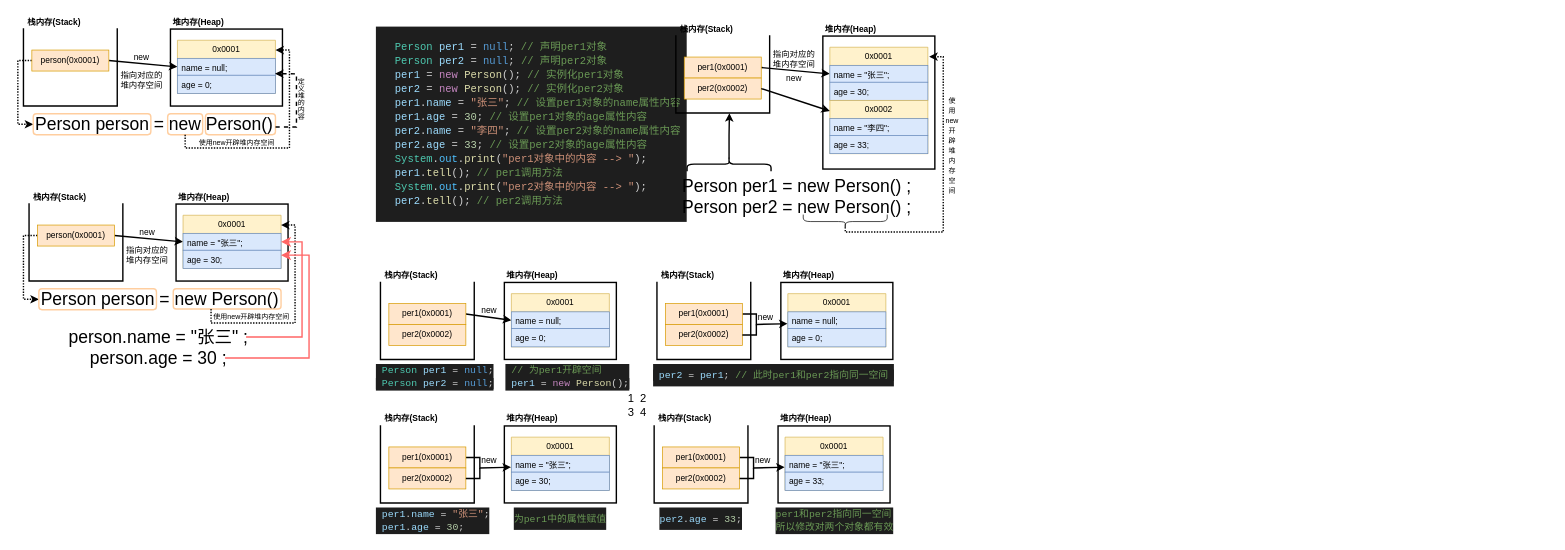
This is java对象内存分析.drawio from qingyunlyp/resource, a draw.io file, before an edit. Source tidied: cells renumbered, new cells numbered last; positions are measured from the earlier drawing's top-left corner, leaving out a move shared by most shapes. Both pictures are drawn from the tidied source at 70%, with x=0, y=0 at pixel (23, 15).
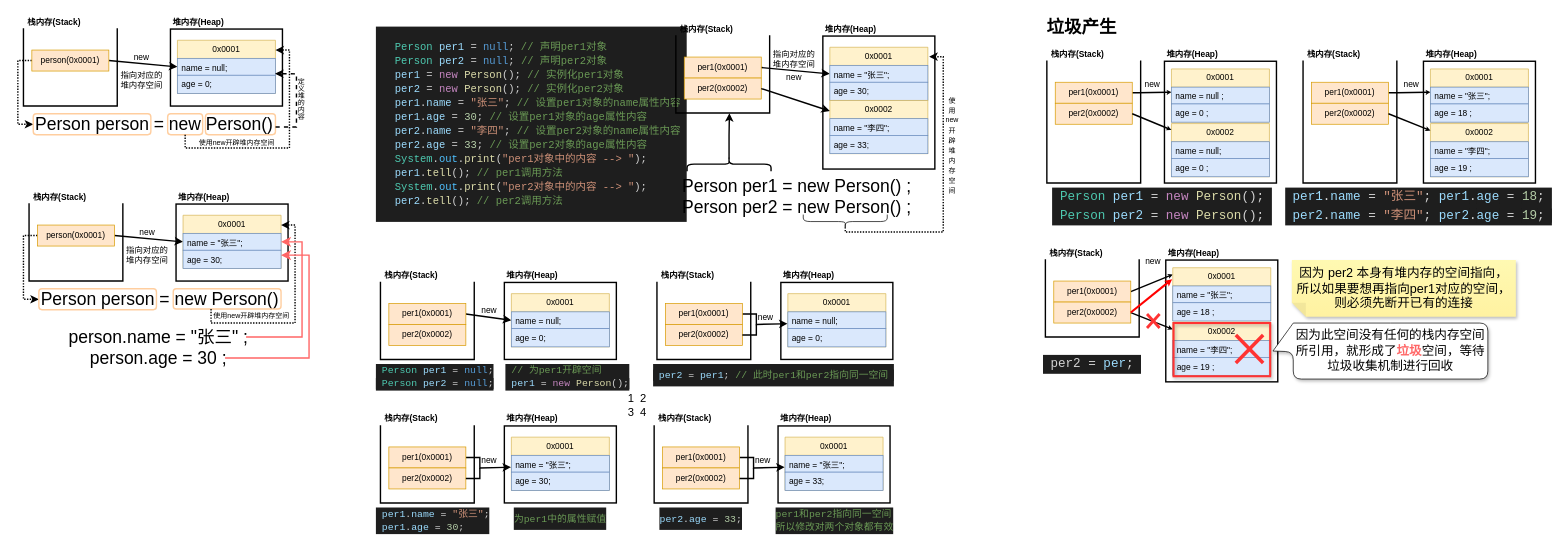
After the change.

Commit message:
更新java对象内存分析-垃圾产生.drawio

The edit, as a diff of the source:
```diff
@@
+    <mxCell id="120" style="shape=partialRectangle;whiteSpace=wrap;html=1;bottom=1;right=1;left=1;top=0;fillColor=none;routingCenterX=-0.5;strokeWidth=2;" parent="1" vertex="1">
+      <mxGeometry x="1462" y="66" width="134" height="174" as="geometry" />
+    </mxCell>
+    <mxCell id="121" value="&lt;p style=&quot;margin:0px;margin-top:4px;text-align:center;&quot;&gt;&lt;br&gt;&lt;/p&gt;" style="verticalAlign=top;align=left;overflow=fill;html=1;whiteSpace=wrap;strokeWidth=2;" parent="1" vertex="1">
+      <mxGeometry x="1630" y="66" width="160" height="174" as="geometry" />
+    </mxCell>
+    <mxCell id="122" style="endArrow=classic;html=1;rounded=0;exitX=1;exitY=0.5;exitDx=0;exitDy=0;strokeWidth=2;entryX=0.002;entryY=0.302;entryDx=0;entryDy=0;entryPerimeter=0;startSize=6;endSize=1;" parent="1" edge="1" source="124" target="127">
+      <mxGeometry relative="1" as="geometry">
+        <Array as="points">
+          <mxPoint x="1592" y="111" />
+        </Array>
+      </mxGeometry>
+    </mxCell>
+    <mxCell id="123" value="&lt;b&gt;栈内存(Stack)&lt;/b&gt;" style="text;html=1;whiteSpace=wrap;strokeColor=none;fillColor=none;align=center;verticalAlign=middle;rounded=0;" parent="1" vertex="1">
+      <mxGeometry x="1466" y="46" width="80" height="20" as="geometry" />
+    </mxCell>
+    <mxCell id="124" value="per1(0x0001)" style="html=1;whiteSpace=wrap;fillColor=#ffe6cc;strokeColor=#d79b00;" parent="1" vertex="1">
+      <mxGeometry x="1474" y="96" width="110" height="30" as="geometry" />
+    </mxCell>
+    <mxCell id="125" value="&lt;b&gt;堆内存(Heap)&lt;/b&gt;" style="text;html=1;whiteSpace=wrap;strokeColor=none;fillColor=none;align=center;verticalAlign=middle;rounded=0;" parent="1" vertex="1">
+      <mxGeometry x="1630" y="46" width="80" height="20" as="geometry" />
+    </mxCell>
+    <mxCell id="126" value="0x0001" style="swimlane;fontStyle=0;horizontal=1;startSize=26;fillColor=#fff2cc;whiteSpace=wrap;html=1;strokeColor=#d6b656;" parent="1" vertex="1">
+      <mxGeometry x="1640" y="77" width="140" height="76" as="geometry" />
+    </mxCell>
+    <mxCell id="127" value="name = null ;" style="text;strokeColor=#6c8ebf;fillColor=#dae8fc;align=left;verticalAlign=top;spacingLeft=4;spacingRight=4;overflow=hidden;points=[[0,0.5],[1,0.5]];portConstraint=eastwest;whiteSpace=wrap;html=1;" parent="126" vertex="1">
+      <mxGeometry y="26" width="140" height="24" as="geometry" />
+    </mxCell>
+    <mxCell id="128" value="age = 0 ;" style="text;strokeColor=#6c8ebf;fillColor=#dae8fc;align=left;verticalAlign=top;spacingLeft=4;spacingRight=4;overflow=hidden;whiteSpace=wrap;html=1;" parent="126" vertex="1">
+      <mxGeometry y="50" width="140" height="26" as="geometry" />
+    </mxCell>
+    <mxCell id="129" value="new" style="text;html=1;whiteSpace=wrap;strokeColor=none;fillColor=none;align=center;verticalAlign=middle;rounded=0;" parent="1" vertex="1">
+      <mxGeometry x="1592.5" y="90" width="39.5" height="20" as="geometry" />
+    </mxCell>
+    <mxCell id="130" value="per2(0x0002)" style="html=1;whiteSpace=wrap;fillColor=#ffe6cc;strokeColor=#d79b00;" parent="1" vertex="1">
+      <mxGeometry x="1474" y="126" width="110" height="30" as="geometry" />
+    </mxCell>
+    <mxCell id="131" value="&lt;b&gt;&lt;font style=&quot;font-size: 25px;&quot;&gt;垃圾产生&lt;/font&gt;&lt;/b&gt;" style="text;html=1;whiteSpace=wrap;strokeColor=none;fillColor=none;align=left;verticalAlign=middle;rounded=0;" parent="1" vertex="1">
+      <mxGeometry x="1459.9" y="-4" width="186" height="40" as="geometry" />
+    </mxCell>
+    <mxCell id="132" value="0x0002" style="swimlane;fontStyle=0;horizontal=1;startSize=26;fillColor=#fff2cc;whiteSpace=wrap;html=1;strokeColor=#d6b656;" parent="1" vertex="1">
+      <mxGeometry x="1640" y="155" width="140" height="76" as="geometry" />
+    </mxCell>
+    <mxCell id="133" value="name = null;" style="text;strokeColor=#6c8ebf;fillColor=#dae8fc;align=left;verticalAlign=top;spacingLeft=4;spacingRight=4;overflow=hidden;whiteSpace=wrap;html=1;" parent="132" vertex="1">
+      <mxGeometry y="26" width="140" height="24" as="geometry" />
+    </mxCell>
+    <mxCell id="134" value="age = 0 ;" style="text;strokeColor=#6c8ebf;fillColor=#dae8fc;align=left;verticalAlign=top;spacingLeft=4;spacingRight=4;overflow=hidden;whiteSpace=wrap;html=1;" parent="132" vertex="1">
+      <mxGeometry y="50" width="140" height="26" as="geometry" />
+    </mxCell>
+    <mxCell id="135" style="endArrow=classic;html=1;rounded=0;exitX=1;exitY=0.5;exitDx=0;exitDy=0;strokeWidth=2;jumpSize=6;targetPerimeterSpacing=0;endSize=1;" parent="1" edge="1" source="130" target="132">
+      <mxGeometry relative="1" as="geometry" />
+    </mxCell>
+    <mxCell id="136" value="&lt;div style=&quot;color: rgb(212, 212, 212); background-color: rgb(30, 30, 30); font-family: Consolas, &amp;quot;Courier New&amp;quot;, monospace; font-weight: normal; white-space: pre; line-height: 150%;&quot;&gt;&lt;div&gt;&lt;font style=&quot;line-height: 150%; font-size: 18px;&quot;&gt;&lt;span style=&quot;color: rgb(78, 201, 176);&quot;&gt;Person&lt;/span&gt;&lt;span style=&quot;color: rgb(212, 212, 212);&quot;&gt; &lt;/span&gt;&lt;span style=&quot;color: rgb(156, 220, 254);&quot;&gt;per1 &lt;/span&gt;&lt;span style=&quot;color: rgb(212, 212, 212);&quot;&gt;= &lt;/span&gt;&lt;span style=&quot;color: rgb(197, 134, 192);&quot;&gt;new&lt;/span&gt;&lt;span style=&quot;color: rgb(212, 212, 212);&quot;&gt; &lt;/span&gt;&lt;span style=&quot;color: rgb(220, 220, 170);&quot;&gt;Person&lt;/span&gt;&lt;span style=&quot;color: rgb(212, 212, 212);&quot;&gt;();&lt;/span&gt;&lt;/font&gt;&lt;/div&gt;&lt;div&gt;&lt;font style=&quot;line-height: 150%; font-size: 18px;&quot;&gt;&lt;span style=&quot;color: rgb(212, 212, 212);&quot;&gt;&lt;span style=&quot;color: rgb(78, 201, 176);&quot;&gt; Person&lt;/span&gt;&lt;span style=&quot;color: rgb(212, 212, 212);&quot;&gt; &lt;/span&gt;&lt;span style=&quot;color: rgb(156, 220, 254);&quot;&gt;per2 &lt;/span&gt;&lt;span style=&quot;color: rgb(212, 212, 212);&quot;&gt;= &lt;/span&gt;&lt;span style=&quot;color: rgb(197, 134, 192);&quot;&gt;new&lt;/span&gt;&lt;span style=&quot;color: rgb(212, 212, 212);&quot;&gt; &lt;/span&gt;&lt;span style=&quot;color: rgb(220, 220, 170);&quot;&gt;Person&lt;/span&gt;&lt;span style=&quot;color: rgb(212, 212, 212);&quot;&gt;(); &lt;/span&gt;&lt;/span&gt;&lt;/font&gt;&lt;/div&gt;&lt;/div&gt;" style="text;whiteSpace=wrap;html=1;align=center;" parent="1" vertex="1">
+      <mxGeometry x="1462" y="240" width="330" height="70" as="geometry" />
+    </mxCell>
+    <mxCell id="137" style="shape=partialRectangle;whiteSpace=wrap;html=1;bottom=1;right=1;left=1;top=0;fillColor=none;routingCenterX=-0.5;strokeWidth=2;" parent="1" vertex="1">
+      <mxGeometry x="1828" y="66" width="134" height="174" as="geometry" />
+    </mxCell>
+    <mxCell id="138" value="&lt;p style=&quot;margin:0px;margin-top:4px;text-align:center;&quot;&gt;&lt;br&gt;&lt;/p&gt;" style="verticalAlign=top;align=left;overflow=fill;html=1;whiteSpace=wrap;strokeWidth=2;" parent="1" vertex="1">
+      <mxGeometry x="2000" y="66" width="160" height="174" as="geometry" />
+    </mxCell>
+    <mxCell id="139" style="endArrow=classic;html=1;rounded=0;exitX=1;exitY=0.5;exitDx=0;exitDy=0;strokeWidth=2;entryX=0.002;entryY=0.302;entryDx=0;entryDy=0;entryPerimeter=0;startSize=6;endSize=1;" parent="1" edge="1" source="141" target="144">
+      <mxGeometry relative="1" as="geometry">
+        <Array as="points">
+          <mxPoint x="1962" y="111" />
+        </Array>
+      </mxGeometry>
+    </mxCell>
+    <mxCell id="140" value="&lt;b&gt;栈内存(Stack)&lt;/b&gt;" style="text;html=1;whiteSpace=wrap;strokeColor=none;fillColor=none;align=center;verticalAlign=middle;rounded=0;" parent="1" vertex="1">
+      <mxGeometry x="1832" y="46" width="80" height="20" as="geometry" />
+    </mxCell>
+    <mxCell id="141" value="per1(0x0001)" style="html=1;whiteSpace=wrap;fillColor=#ffe6cc;strokeColor=#d79b00;" parent="1" vertex="1">
+      <mxGeometry x="1840" y="96" width="110" height="30" as="geometry" />
+    </mxCell>
+    <mxCell id="142" value="&lt;b&gt;堆内存(Heap)&lt;/b&gt;" style="text;html=1;whiteSpace=wrap;strokeColor=none;fillColor=none;align=center;verticalAlign=middle;rounded=0;" parent="1" vertex="1">
+      <mxGeometry x="2000" y="46" width="80" height="20" as="geometry" />
+    </mxCell>
+    <mxCell id="143" value="0x0001" style="swimlane;fontStyle=0;horizontal=1;startSize=26;fillColor=#fff2cc;whiteSpace=wrap;html=1;strokeColor=#d6b656;" parent="1" vertex="1">
+      <mxGeometry x="2010" y="77" width="140" height="76" as="geometry" />
+    </mxCell>
+    <mxCell id="144" value="name = &quot;张三&quot;;" style="text;strokeColor=#6c8ebf;fillColor=#dae8fc;align=left;verticalAlign=top;spacingLeft=4;spacingRight=4;overflow=hidden;points=[[0,0.5],[1,0.5]];portConstraint=eastwest;whiteSpace=wrap;html=1;" parent="143" vertex="1">
+      <mxGeometry y="26" width="140" height="24" as="geometry" />
+    </mxCell>
+    <mxCell id="145" value="age = 18 ;" style="text;strokeColor=#6c8ebf;fillColor=#dae8fc;align=left;verticalAlign=top;spacingLeft=4;spacingRight=4;overflow=hidden;whiteSpace=wrap;html=1;" parent="143" vertex="1">
+      <mxGeometry y="50" width="140" height="26" as="geometry" />
+    </mxCell>
+    <mxCell id="146" value="new" style="text;html=1;whiteSpace=wrap;strokeColor=none;fillColor=none;align=center;verticalAlign=middle;rounded=0;" parent="1" vertex="1">
+      <mxGeometry x="1962.5" y="90" width="39.5" height="20" as="geometry" />
+    </mxCell>
+    <mxCell id="147" value="per2(0x0002)" style="html=1;whiteSpace=wrap;fillColor=#ffe6cc;strokeColor=#d79b00;" parent="1" vertex="1">
+      <mxGeometry x="1840" y="126" width="110" height="30" as="geometry" />
+    </mxCell>
+    <mxCell id="148" value="0x0002" style="swimlane;fontStyle=0;horizontal=1;startSize=26;fillColor=#fff2cc;whiteSpace=wrap;html=1;strokeColor=#d6b656;" parent="1" vertex="1">
+      <mxGeometry x="2010" y="155" width="140" height="76" as="geometry" />
+    </mxCell>
+    <mxCell id="149" value="name = &quot;李四&quot;;" style="text;strokeColor=#6c8ebf;fillColor=#dae8fc;align=left;verticalAlign=top;spacingLeft=4;spacingRight=4;overflow=hidden;whiteSpace=wrap;html=1;" parent="148" vertex="1">
+      <mxGeometry y="26" width="140" height="24" as="geometry" />
+    </mxCell>
+    <mxCell id="150" value="age = 19 ;" style="text;strokeColor=#6c8ebf;fillColor=#dae8fc;align=left;verticalAlign=top;spacingLeft=4;spacingRight=4;overflow=hidden;whiteSpace=wrap;html=1;" parent="148" vertex="1">
+      <mxGeometry y="50" width="140" height="26" as="geometry" />
+    </mxCell>
+    <mxCell id="151" style="endArrow=classic;html=1;rounded=0;exitX=1;exitY=0.5;exitDx=0;exitDy=0;strokeWidth=2;jumpSize=6;targetPerimeterSpacing=0;endSize=1;" parent="1" edge="1" source="147" target="148">
+      <mxGeometry relative="1" as="geometry" />
+    </mxCell>
+    <mxCell id="152" value="&lt;div style=&quot;color: rgb(212, 212, 212); background-color: rgb(30, 30, 30); font-family: Consolas, &amp;quot;Courier New&amp;quot;, monospace; font-weight: normal; line-height: 19px; white-space: pre;&quot;&gt;&lt;div style=&quot;&quot;&gt;&lt;div style=&quot;line-height: 150%;&quot;&gt;&lt;div&gt;&lt;font style=&quot;font-size: 18px; line-height: 150%;&quot;&gt;&lt;font&gt;&lt;span style=&quot;color: rgb(156, 220, 254);&quot;&gt;per1&lt;/span&gt;.&lt;span style=&quot;color: rgb(156, 220, 254);&quot;&gt;name&lt;/span&gt; = &lt;span style=&quot;color: rgb(206, 145, 120);&quot;&gt;&quot;张三&quot;&lt;/span&gt;; &lt;/font&gt;&lt;span style=&quot;background-color: light-dark(rgb(30, 30, 30), rgb(211, 211, 211)); color: rgb(156, 220, 254);&quot;&gt;per1&lt;/span&gt;&lt;span style=&quot;background-color: light-dark(rgb(30, 30, 30), rgb(211, 211, 211)); color: light-dark(rgb(212, 212, 212), rgb(55, 55, 55));&quot;&gt;.&lt;/span&gt;&lt;span style=&quot;background-color: light-dark(rgb(30, 30, 30), rgb(211, 211, 211)); color: rgb(156, 220, 254);&quot;&gt;age&lt;/span&gt;&lt;span style=&quot;background-color: light-dark(rgb(30, 30, 30), rgb(211, 211, 211)); color: light-dark(rgb(212, 212, 212), rgb(55, 55, 55));&quot;&gt; = &lt;/span&gt;&lt;span style=&quot;background-color: light-dark(rgb(30, 30, 30), rgb(211, 211, 211)); color: rgb(181, 206, 168);&quot;&gt;18&lt;/span&gt;&lt;span style=&quot;background-color: light-dark(rgb(30, 30, 30), rgb(211, 211, 211)); color: light-dark(rgb(212, 212, 212), rgb(55, 55, 55));&quot;&gt;;&lt;/span&gt;&lt;/font&gt;&lt;/div&gt;&lt;div&gt;&lt;font style=&quot;font-size: 18px; line-height: 150%;&quot;&gt;&lt;font&gt;&lt;span style=&quot;color: rgb(156, 220, 254);&quot;&gt; per2&lt;/span&gt;.&lt;span style=&quot;color: rgb(156, 220, 254);&quot;&gt;name&lt;/span&gt; = &lt;span style=&quot;color: rgb(206, 145, 120);&quot;&gt;&quot;李四&quot;&lt;/span&gt;; &lt;/font&gt;&lt;span style=&quot;background-color: light-dark(rgb(30, 30, 30), rgb(211, 211, 211)); color: rgb(156, 220, 254);&quot;&gt;per2&lt;/span&gt;&lt;span style=&quot;background-color: light-dark(rgb(30, 30, 30), rgb(211, 211, 211)); color: light-dark(rgb(212, 212, 212), rgb(55, 55, 55));&quot;&gt;.&lt;/span&gt;&lt;span style=&quot;background-color: light-dark(rgb(30, 30, 30), rgb(211, 211, 211)); color: rgb(156, 220, 254);&quot;&gt;age&lt;/span&gt;&lt;span style=&quot;background-color: light-dark(rgb(30, 30, 30), rgb(211, 211, 211)); color: light-dark(rgb(212, 212, 212), rgb(55, 55, 55));&quot;&gt; = &lt;/span&gt;&lt;span style=&quot;background-color: light-dark(rgb(30, 30, 30), rgb(211, 211, 211)); color: rgb(181, 206, 168);&quot;&gt;19&lt;/span&gt;&lt;span style=&quot;background-color: light-dark(rgb(30, 30, 30), rgb(211, 211, 211)); color: light-dark(rgb(212, 212, 212), rgb(55, 55, 55));&quot;&gt;; &lt;/span&gt;&lt;/font&gt;&lt;/div&gt;&lt;/div&gt;&lt;/div&gt;&lt;/div&gt;" style="text;whiteSpace=wrap;html=1;align=center;" parent="1" vertex="1">
+      <mxGeometry x="1812" y="240" width="362.8" height="90" as="geometry" />
+    </mxCell>
+    <mxCell id="153" style="shape=partialRectangle;whiteSpace=wrap;html=1;bottom=1;right=1;left=1;top=0;fillColor=none;routingCenterX=-0.5;strokeWidth=2;" parent="1" vertex="1">
+      <mxGeometry x="1459.9" y="350" width="134" height="110" as="geometry" />
+    </mxCell>
+    <mxCell id="154" value="&lt;p style=&quot;margin:0px;margin-top:4px;text-align:center;&quot;&gt;&lt;br&gt;&lt;/p&gt;" style="verticalAlign=top;align=left;overflow=fill;html=1;whiteSpace=wrap;strokeWidth=2;" parent="1" vertex="1">
+      <mxGeometry x="1631.9" y="350" width="160" height="174" as="geometry" />
+    </mxCell>
+    <mxCell id="155" style="endArrow=classic;html=1;rounded=0;exitX=1;exitY=0.5;exitDx=0;exitDy=0;strokeWidth=2;entryX=0.001;entryY=0.125;entryDx=0;entryDy=0;entryPerimeter=0;startSize=6;endSize=1;" parent="1" edge="1" source="157" target="159">
+      <mxGeometry relative="1" as="geometry" />
+    </mxCell>
+    <mxCell id="156" value="&lt;b&gt;栈内存(Stack)&lt;/b&gt;" style="text;html=1;whiteSpace=wrap;strokeColor=none;fillColor=none;align=center;verticalAlign=middle;rounded=0;" parent="1" vertex="1">
+      <mxGeometry x="1463.9" y="330" width="80" height="20" as="geometry" />
+    </mxCell>
+    <mxCell id="157" value="per1(0x0001)" style="html=1;whiteSpace=wrap;fillColor=#ffe6cc;strokeColor=#d79b00;" parent="1" vertex="1">
+      <mxGeometry x="1471.9" y="380" width="110" height="30" as="geometry" />
+    </mxCell>
+    <mxCell id="158" value="&lt;b&gt;堆内存(Heap)&lt;/b&gt;" style="text;html=1;whiteSpace=wrap;strokeColor=none;fillColor=none;align=center;verticalAlign=middle;rounded=0;" parent="1" vertex="1">
+      <mxGeometry x="1631.9" y="330" width="80" height="20" as="geometry" />
+    </mxCell>
+    <mxCell id="159" value="0x0001" style="swimlane;fontStyle=0;horizontal=1;startSize=26;fillColor=#fff2cc;whiteSpace=wrap;html=1;strokeColor=#d6b656;" parent="1" vertex="1">
+      <mxGeometry x="1641.9" y="361" width="140" height="76" as="geometry" />
+    </mxCell>
+    <mxCell id="160" value="name = &quot;张三&quot;;" style="text;strokeColor=#6c8ebf;fillColor=#dae8fc;align=left;verticalAlign=top;spacingLeft=4;spacingRight=4;overflow=hidden;whiteSpace=wrap;html=1;" parent="159" vertex="1">
+      <mxGeometry y="26" width="140" height="24" as="geometry" />
+    </mxCell>
+    <mxCell id="161" value="age = 18 ;" style="text;strokeColor=#6c8ebf;fillColor=#dae8fc;align=left;verticalAlign=top;spacingLeft=4;spacingRight=4;overflow=hidden;whiteSpace=wrap;html=1;" parent="159" vertex="1">
+      <mxGeometry y="50" width="140" height="26" as="geometry" />
+    </mxCell>
+    <mxCell id="162" value="new" style="text;html=1;whiteSpace=wrap;strokeColor=none;fillColor=none;align=center;verticalAlign=middle;rounded=0;" parent="1" vertex="1">
+      <mxGeometry x="1594.4" y="342" width="39.5" height="20" as="geometry" />
+    </mxCell>
+    <mxCell id="163" value="per2(0x0002)" style="html=1;whiteSpace=wrap;fillColor=#ffe6cc;strokeColor=#d79b00;" parent="1" vertex="1">
+      <mxGeometry x="1471.9" y="410" width="110" height="30" as="geometry" />
+    </mxCell>
+    <mxCell id="164" value="0x0002" style="swimlane;fontStyle=0;horizontal=1;startSize=26;fillColor=#fff2cc;whiteSpace=wrap;html=1;strokeColor=#d6b656;" parent="1" vertex="1">
+      <mxGeometry x="1641.9" y="439" width="140" height="76" as="geometry" />
+    </mxCell>
+    <mxCell id="165" value="name = &quot;李四&quot;;" style="text;strokeColor=#6c8ebf;fillColor=#dae8fc;align=left;verticalAlign=top;spacingLeft=4;spacingRight=4;overflow=hidden;whiteSpace=wrap;html=1;" parent="164" vertex="1">
+      <mxGeometry y="26" width="140" height="24" as="geometry" />
+    </mxCell>
+    <mxCell id="166" value="age = 19 ;" style="text;strokeColor=#6c8ebf;fillColor=#dae8fc;align=left;verticalAlign=top;spacingLeft=4;spacingRight=4;overflow=hidden;whiteSpace=wrap;html=1;" parent="164" vertex="1">
+      <mxGeometry y="50" width="140" height="26" as="geometry" />
+    </mxCell>
+    <mxCell id="167" style="endArrow=classic;html=1;rounded=0;exitX=1;exitY=0.5;exitDx=0;exitDy=0;strokeWidth=2;jumpSize=6;targetPerimeterSpacing=0;endSize=1;" parent="1" edge="1" source="163" target="164">
+      <mxGeometry relative="1" as="geometry" />
+    </mxCell>
+    <mxCell id="168" value="&lt;div style=&quot;color: rgb(212, 212, 212); background-color: rgb(30, 30, 30); font-family: Consolas, &amp;quot;Courier New&amp;quot;, monospace; font-weight: normal; line-height: 19px; white-space: pre;&quot;&gt;&lt;div style=&quot;&quot;&gt;&lt;div style=&quot;line-height: 150%;&quot;&gt;&lt;div style=&quot;line-height: 19px;&quot;&gt;&lt;font style=&quot;font-size: 18px; line-height: 150%;&quot;&gt; per2 = &lt;span style=&quot;color: rgb(156, 220, 254);&quot;&gt;per&lt;/span&gt;; &lt;/font&gt;&lt;/div&gt;&lt;/div&gt;&lt;/div&gt;&lt;/div&gt;" style="text;whiteSpace=wrap;html=1;align=center;" parent="1" vertex="1">
+      <mxGeometry x="1456.9" y="479" width="140" height="36" as="geometry" />
+    </mxCell>
+    <mxCell id="169" style="shape=umlDestroy;whiteSpace=wrap;html=1;strokeWidth=4;targetShapes=umlLifeline;fontColor=#FF0000;strokeColor=#FF3333;" parent="1" vertex="1">
+      <mxGeometry x="1605.1" y="427" width="18" height="20" as="geometry" />
+    </mxCell>
+    <mxCell id="170" style="endArrow=classic;html=1;rounded=0;exitX=1;exitY=0.5;exitDx=0;exitDy=0;strokeWidth=3;jumpSize=6;targetPerimeterSpacing=0;endSize=1;entryX=-0.006;entryY=0.214;entryDx=0;entryDy=0;entryPerimeter=0;strokeColor=light-dark(#FF0000,#EDEDED);" parent="1" edge="1" source="163" target="159">
+      <mxGeometry relative="1" as="geometry" />
+    </mxCell>
+    <mxCell id="171" value="&lt;font style=&quot;font-size: 18px;&quot;&gt;因为 per2 本身有堆内存的空间指向，&lt;/font&gt;&lt;div&gt;&lt;font style=&quot;font-size: 18px;&quot;&gt;所以如果要想再指向per1对应的空间，则必须先断开已有的连接&lt;/font&gt;&lt;/div&gt;" style="shape=note;whiteSpace=wrap;html=1;backgroundOutline=1;fontColor=#000000;darkOpacity=0.05;fillColor=#FFF9B2;strokeColor=none;fillStyle=solid;direction=west;gradientDirection=north;gradientColor=#FFF2A1;shadow=1;size=20;" parent="1" vertex="1">
+      <mxGeometry x="1812" y="350" width="320" height="81" as="geometry" />
+    </mxCell>
+    <mxCell id="172" style="rounded=0;whiteSpace=wrap;html=1;fillColor=none;strokeColor=#FF3333;strokeWidth=3;shadow=1;" parent="1" vertex="1">
+      <mxGeometry x="1643" y="440" width="138" height="76" as="geometry" />
+    </mxCell>
+    <mxCell id="173" style="shape=umlDestroy;whiteSpace=wrap;html=1;strokeWidth=5;targetShapes=umlLifeline;fontColor=#FF0000;strokeColor=#FF3333;" parent="1" vertex="1">
+      <mxGeometry x="1732" y="457" width="39" height="40" as="geometry" />
+    </mxCell>
+    <mxCell id="174" value="&lt;font style=&quot;font-size: 18px;&quot;&gt;因为此空间没有任何的栈内存空间所引用，就形成了&lt;b style=&quot;&quot;&gt;&lt;font style=&quot;color: rgb(255, 102, 102);&quot;&gt;垃圾&lt;/font&gt;&lt;/b&gt;空间，等待垃圾收集机制进行回收&lt;/font&gt;" style="shape=callout;whiteSpace=wrap;html=1;perimeter=calloutPerimeter;direction=south;rounded=1;shadow=1;size=29;position=0;arcSize=23;base=41;" parent="1" vertex="1">
+      <mxGeometry x="1785" y="440" width="307" height="80" as="geometry" />
+    </mxCell>
```
